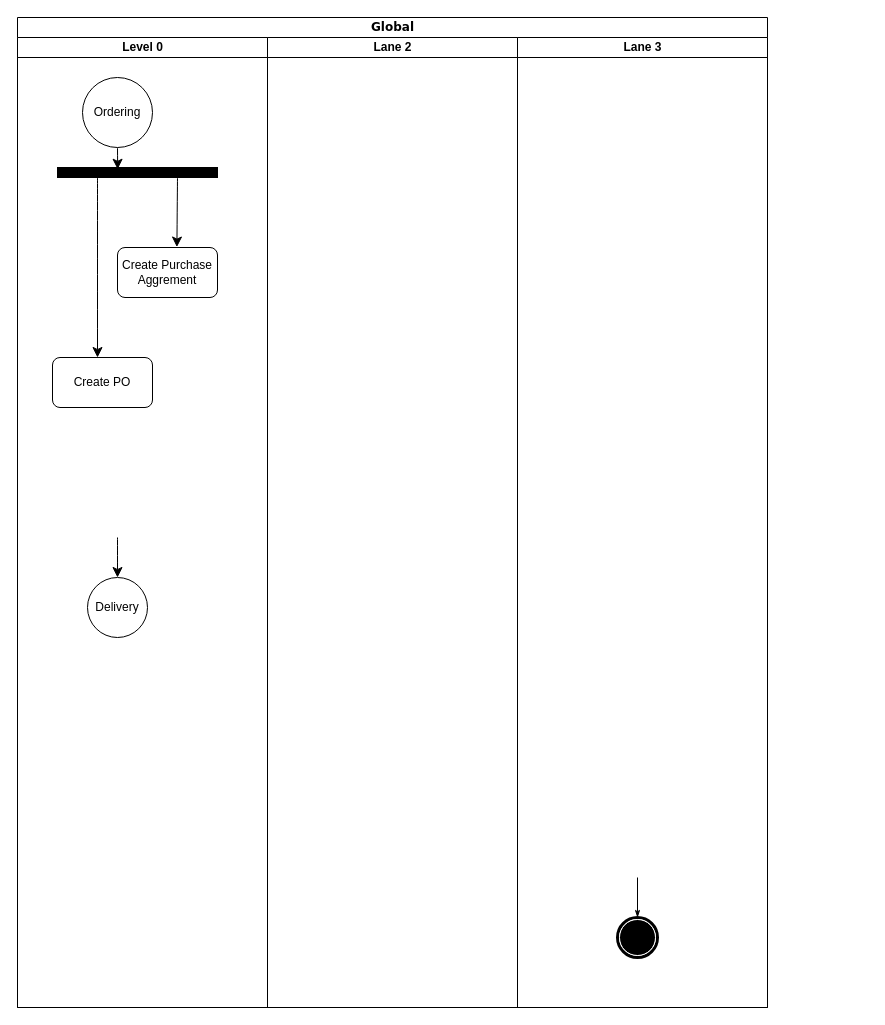
This is page "Lvl 1 Procurement" (3 of 3) of pps-yazaki.drawio from hendrasaputra0501/pasi-bpa, a draw.io file, before an edit. Source tidied: cells renumbered, new cells numbered last; positions are measured from the earlier drawing's top-left corner, leaving out a move shared by most shapes. Both pictures are drawn from the tidied source at 100%, with x=0, y=0 at pixel (17, 17).
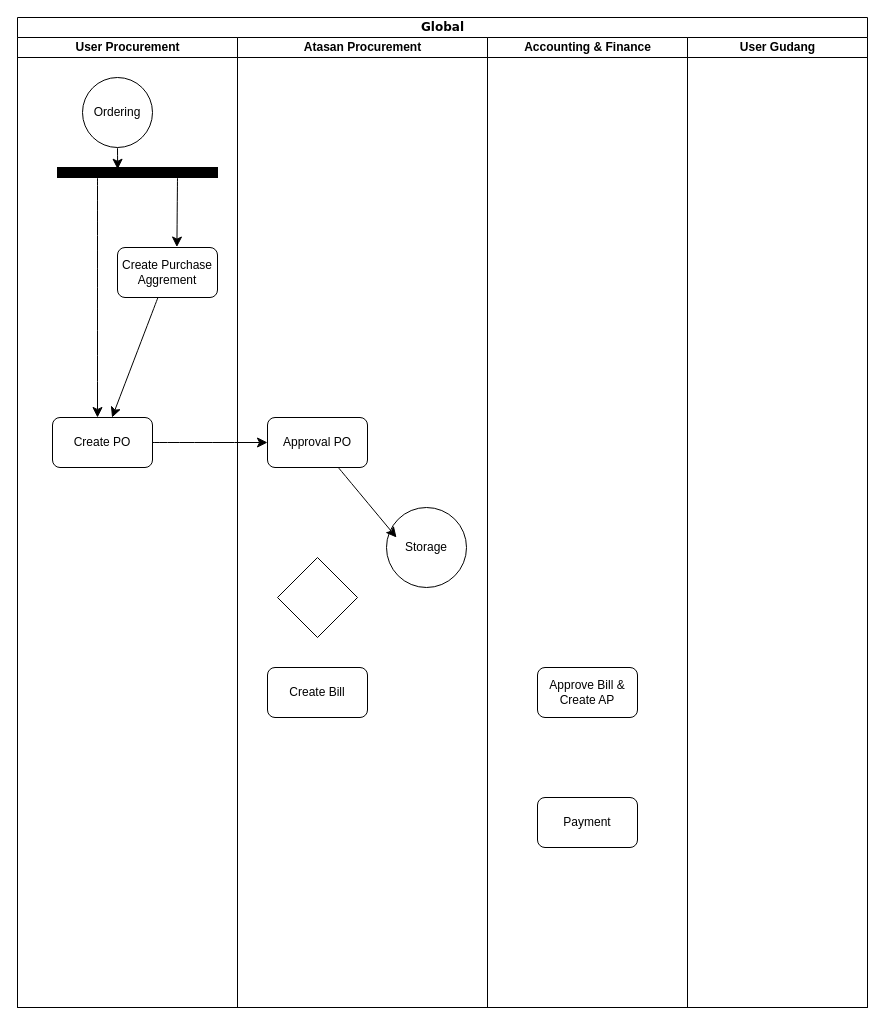
Above is the later version.

The change refers to these unchanged cells:
```xml
<mxCell id="8" value="Create Purchase Aggrement" style="rounded=1;whiteSpace=wrap;html=1;" parent="3" vertex="1">
  <mxGeometry x="100" y="210" width="100" height="50" as="geometry" />
</mxCell>
<mxCell id="11" style="rounded=0;whiteSpace=wrap;html=1;fillStyle=solid;fillColor=#000000;" parent="3" vertex="1">
  <mxGeometry x="40" y="130" width="160" height="10" as="geometry" />
</mxCell>
```

Change to the diagram source:
```diff
@@
     <mxCell id="2" value="Global" style="swimlane;html=1;startSize=20;rounded=0;shadow=0;comic=0;labelBackgroundColor=none;strokeWidth=1;fontFamily=Verdana;fontSize=12;align=center;" parent="1" vertex="1">
-      <mxGeometry width="750" height="990" as="geometry" />
+      <mxGeometry width="850" height="990" as="geometry" />
     </mxCell>
-    <mxCell id="3" value="Level 0" style="swimlane;html=1;startSize=20;rounded=0;" parent="2" vertex="1">
-      <mxGeometry y="20" width="250" height="970" as="geometry" />
+    <mxCell id="3" value="User Procurement" style="swimlane;html=1;startSize=20;rounded=0;" parent="2" vertex="1">
+      <mxGeometry y="20" width="220" height="970" as="geometry" />
     </mxCell>
@@
-    <mxCell id="6" style="edgeStyle=none;curved=1;rounded=0;jettySize=auto;html=1;entryX=0.5;entryY=0;entryDx=0;entryDy=0;fontSize=12;startSize=8;endSize=8;" parent="3" edge="1" target="7">
-      <mxGeometry relative="1" as="geometry">
-        <mxPoint x="100" y="500" as="sourcePoint" />
-      </mxGeometry>
-    </mxCell>
-    <mxCell id="7" value="Delivery" style="ellipse;whiteSpace=wrap;html=1;" parent="3" vertex="1">
-      <mxGeometry x="70" y="540" width="60" height="60" as="geometry" />
-    </mxCell>
+    <mxCell id="17" style="edgeStyle=none;curved=1;rounded=0;jettySize=auto;html=1;fontSize=12;startSize=8;endSize=8;" parent="3" edge="1" source="8" target="12">
+      <mxGeometry relative="1" as="geometry" />
+    </mxCell>
@@
     <mxCell id="10" style="edgeStyle=none;curved=1;rounded=0;jettySize=auto;html=1;fontSize=12;startSize=8;endSize=8;exitX=0.25;exitY=1;exitDx=0;exitDy=0;" parent="3" edge="1" source="11">
       <mxGeometry relative="1" as="geometry">
-        <mxPoint x="80" y="320" as="targetPoint" />
+        <mxPoint x="80" y="380" as="targetPoint" />
       </mxGeometry>
     </mxCell>
@@
     <mxCell id="12" value="Create PO" style="rounded=1;whiteSpace=wrap;html=1;" parent="3" vertex="1">
-      <mxGeometry x="35" y="320" width="100" height="50" as="geometry" />
+      <mxGeometry x="35" y="380" width="100" height="50" as="geometry" />
     </mxCell>
-    <mxCell id="13" value="Lane 2" style="swimlane;html=1;startSize=20;" parent="2" vertex="1">
-      <mxGeometry x="250" y="20" width="250" height="970" as="geometry" />
+    <mxCell id="13" value="Atasan Procurement" style="swimlane;html=1;startSize=20;" parent="2" vertex="1">
+      <mxGeometry x="220" y="20" width="250" height="970" as="geometry" />
     </mxCell>
+    <mxCell id="18" value="Approval PO" style="rounded=1;whiteSpace=wrap;html=1;" parent="13" vertex="1">
+      <mxGeometry x="30" y="380" width="100" height="50" as="geometry" />
+    </mxCell>
+    <mxCell id="19" value="Storage" style="ellipse;whiteSpace=wrap;html=1;" parent="13" vertex="1">
+      <mxGeometry x="149" y="470" width="80" height="80" as="geometry" />
+    </mxCell>
+    <mxCell id="20" style="edgeStyle=none;curved=1;rounded=0;jettySize=auto;html=1;entryX=0.125;entryY=0.375;entryDx=0;entryDy=0;fontSize=12;startSize=8;endSize=8;entryPerimeter=0;" parent="13" edge="1" source="18" target="19">
+      <mxGeometry relative="1" as="geometry" />
+    </mxCell>
+    <mxCell id="21" value="Create Bill" style="rounded=1;whiteSpace=wrap;html=1;" parent="13" vertex="1">
+      <mxGeometry x="30" y="630" width="100" height="50" as="geometry" />
+    </mxCell>
+    <mxCell id="22" style="rhombus;whiteSpace=wrap;html=1;" parent="13" vertex="1">
+      <mxGeometry x="40" y="520" width="80" height="80" as="geometry" />
+    </mxCell>
-    <mxCell id="14" value="Lane 3" style="swimlane;html=1;startSize=20;" parent="2" vertex="1">
-      <mxGeometry x="500" y="20" width="250" height="970" as="geometry" />
+    <mxCell id="14" value="Accounting &amp;amp; Finance" style="swimlane;html=1;startSize=20;" parent="2" vertex="1">
+      <mxGeometry x="470" y="20" width="200" height="970" as="geometry" />
     </mxCell>
-    <mxCell id="15" style="edgeStyle=none;rounded=0;html=1;labelBackgroundColor=none;startArrow=none;startFill=0;startSize=5;endArrow=classicThin;endFill=1;endSize=5;jettySize=auto;strokeWidth=1;fontFamily=Verdana;fontSize=12;" parent="14" edge="1" target="16">
-      <mxGeometry relative="1" as="geometry">
-        <mxPoint x="120" y="840" as="sourcePoint" />
-      </mxGeometry>
-    </mxCell>
-    <mxCell id="16" style="shape=mxgraph.bpmn.shape;html=1;verticalLabelPosition=bottom;labelBackgroundColor=#ffffff;verticalAlign=top;perimeter=ellipsePerimeter;outline=end;symbol=terminate;rounded=0;shadow=0;comic=0;strokeWidth=1;fontFamily=Verdana;fontSize=12;align=center;" parent="14" vertex="1">
-      <mxGeometry x="100" y="880" width="40" height="40" as="geometry" />
-    </mxCell>
+    <mxCell id="23" value="Payment" style="rounded=1;whiteSpace=wrap;html=1;" parent="14" vertex="1">
+      <mxGeometry x="50" y="760" width="100" height="50" as="geometry" />
+    </mxCell>
+    <mxCell id="24" value="Approve Bill &amp;amp; Create AP" style="rounded=1;whiteSpace=wrap;html=1;" parent="14" vertex="1">
+      <mxGeometry x="50" y="630" width="100" height="50" as="geometry" />
+    </mxCell>
+    <mxCell id="25" style="edgeStyle=none;curved=1;rounded=0;jettySize=auto;html=1;entryX=0;entryY=0.5;entryDx=0;entryDy=0;fontSize=12;startSize=8;endSize=8;" parent="2" edge="1" source="12" target="18">
+      <mxGeometry relative="1" as="geometry" />
+    </mxCell>
+    <mxCell id="26" value="User Gudang" style="swimlane;html=1;startSize=20;" parent="2" vertex="1">
+      <mxGeometry x="670" y="20" width="180" height="970" as="geometry" />
+    </mxCell>
```
